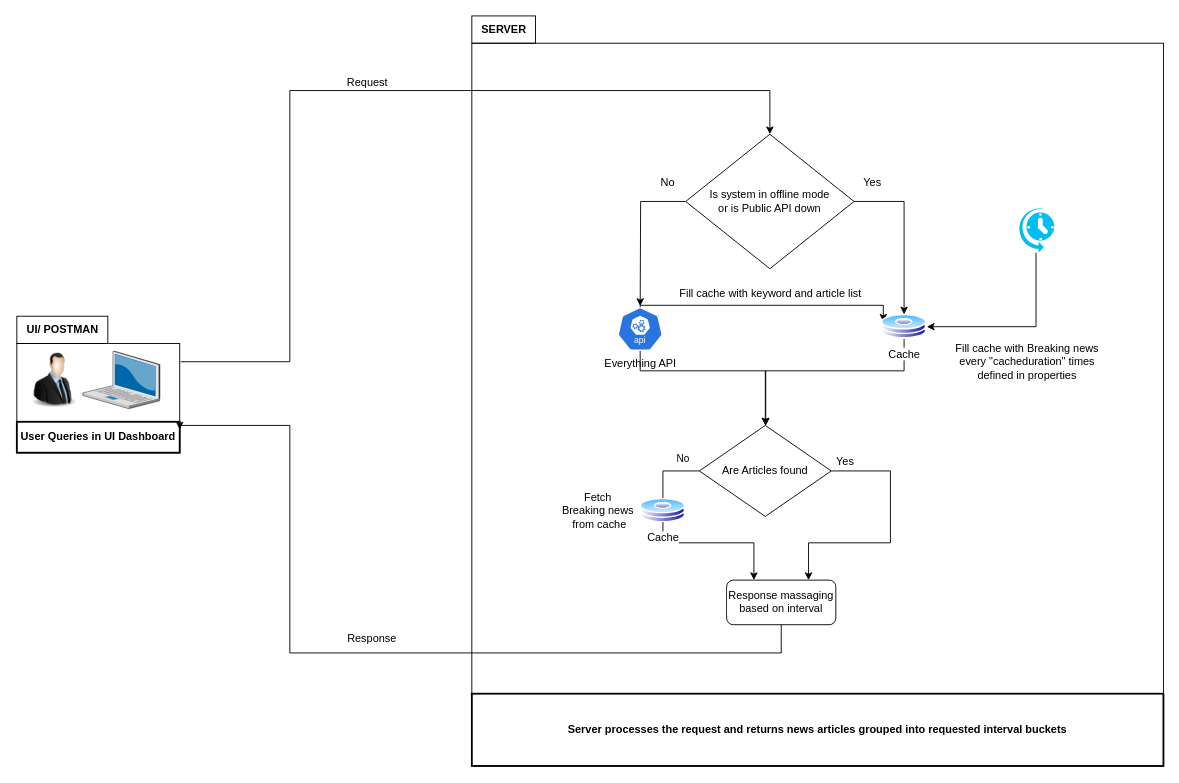
Earlier version of the draw.io diagram News Flow.drawio (ritveak/newsgroup). Source tidied: cells renumbered, new cells numbered last; positions are measured from the earlier drawing's top-left corner, leaving out a move shared by most shapes. Both pictures are drawn from the tidied source at 91%, with x=0, y=0 at pixel (16, 15).
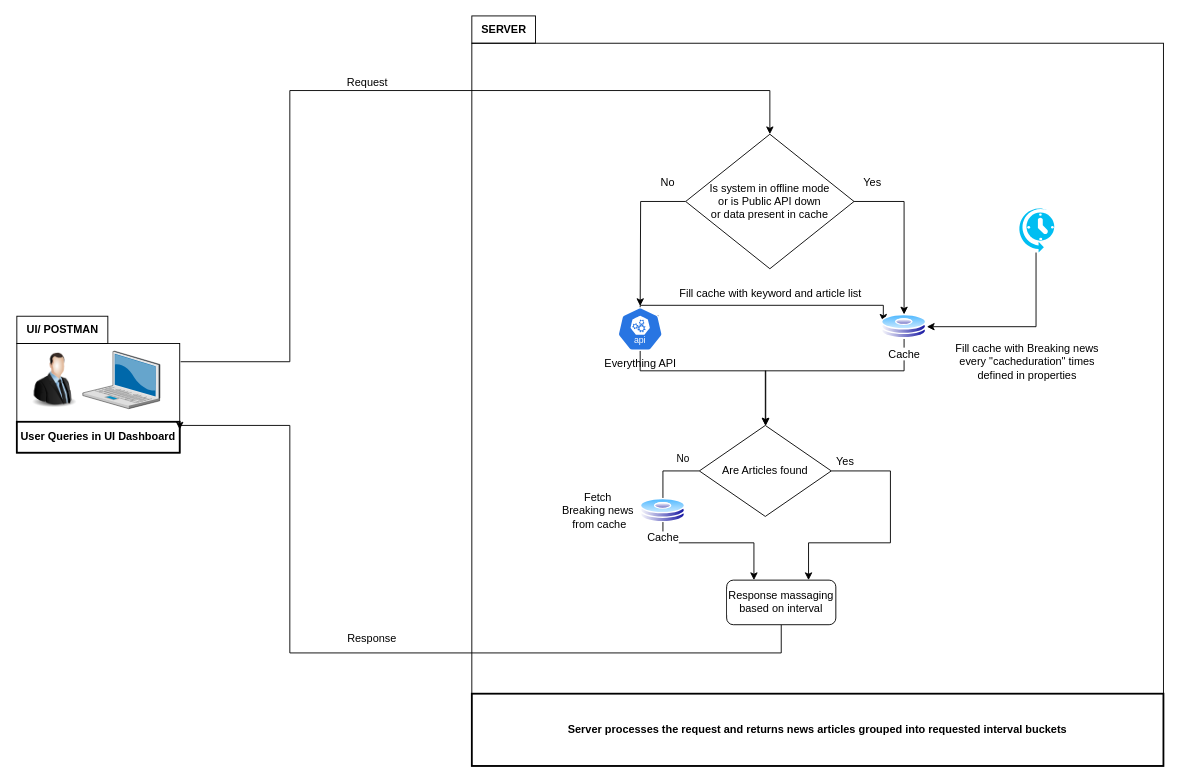
After the change.

Commit message (it also covers changes not shown here):
Updated flow diagram

Diff of the diagram source:
```diff
@@
-    <mxCell id="12" value="Is system in offline mode&lt;br&gt;or is Public API down" style="rhombus;whiteSpace=wrap;html=1;" parent="1" vertex="1">
+    <mxCell id="12" value="Is system in offline mode&lt;br&gt;or is Public API down &lt;br&gt;or data present in cache " style="rhombus;whiteSpace=wrap;html=1;" parent="1" vertex="1">
       <mxGeometry x="735" y="130" width="185" height="147.8" as="geometry" />
     </mxCell>
```
